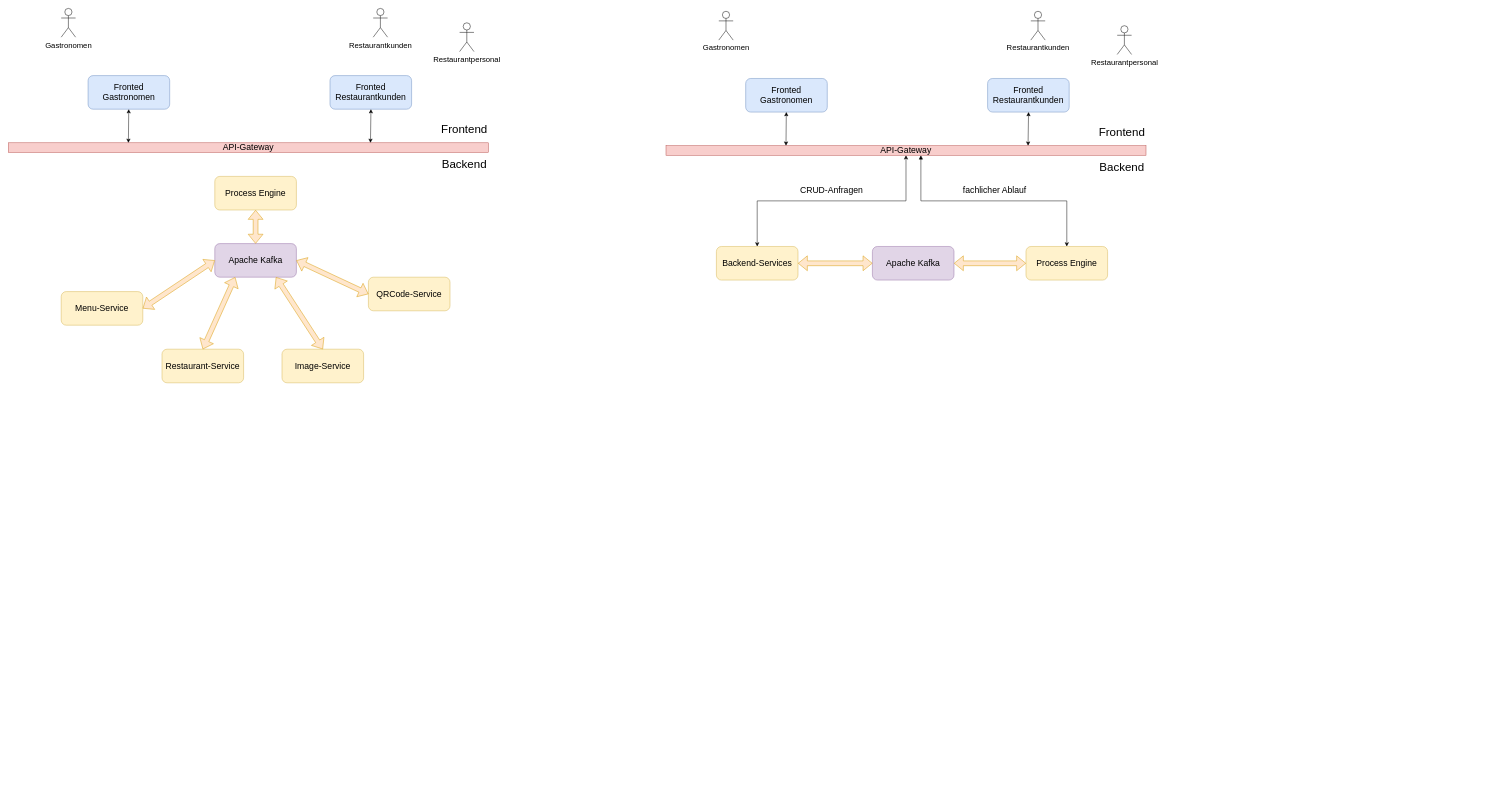
Above: ArchitekturQastro.drawio in andi20002000/draw (draw.io), before the change. Source tidied: cells renumbered, new cells numbered last; positions are measured from the earlier drawing's top-left corner, leaving out a move shared by most shapes. Both pictures are drawn from the tidied source at 48%, with x=0, y=0 at pixel (8, 8). Pictures stored in the file or linked from it are replaced by grey dashed boxes.
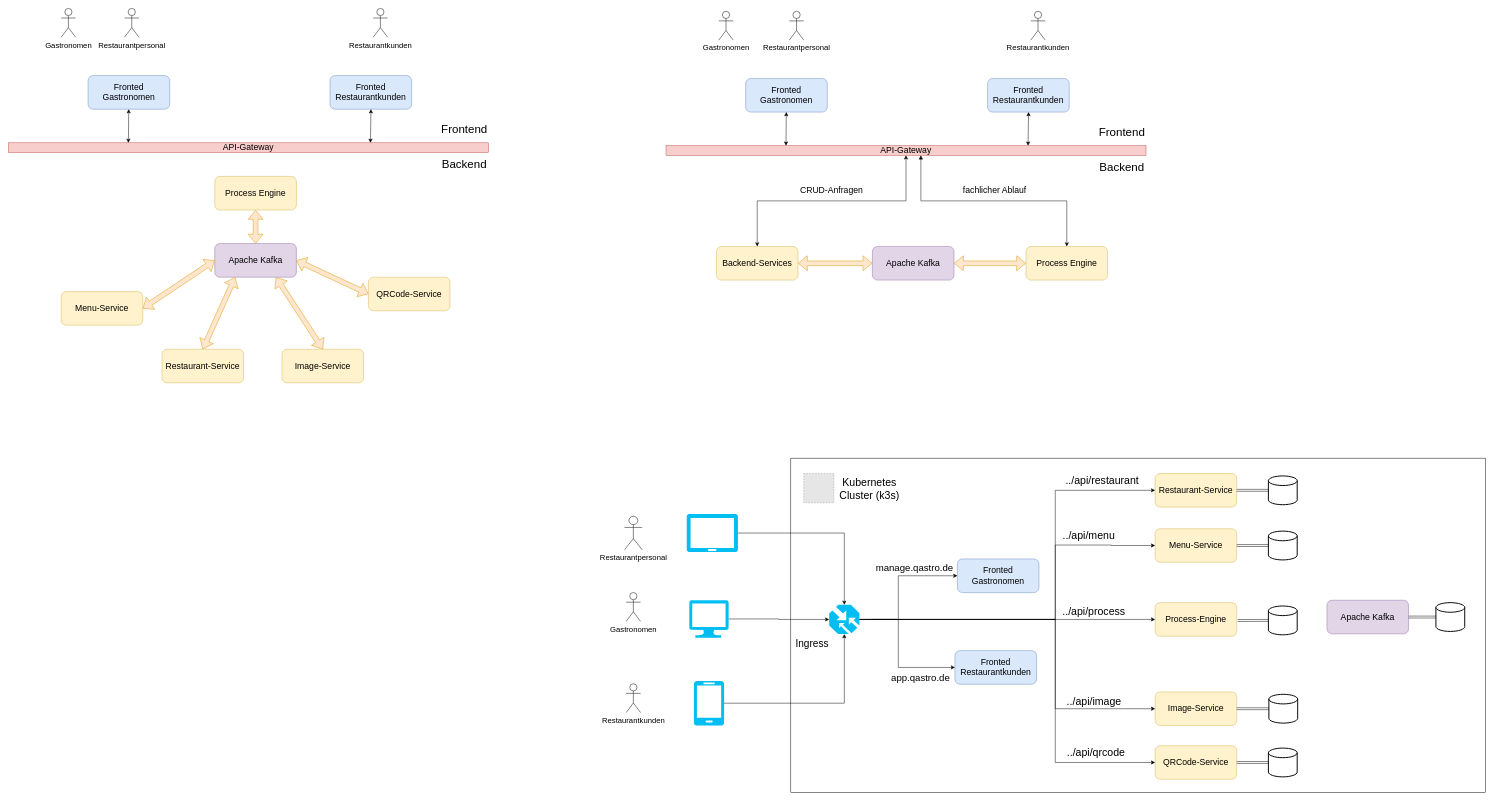
After the change.

What changed in the source:
```diff
@@
+    <mxCell id="42" style="rounded=0;whiteSpace=wrap;html=1;fillColor=none;" parent="1" vertex="1">
+      <mxGeometry x="1630" y="937" width="1447" height="696" as="geometry" />
+    </mxCell>
@@
     <mxCell id="13" value="&lt;font style=&quot;font-size: 16px;&quot;&gt;Restaurantpersonal&lt;/font&gt;" style="shape=umlActor;verticalLabelPosition=bottom;verticalAlign=top;html=1;" parent="1" vertex="1">
-      <mxGeometry x="940" y="30" width="30" height="60" as="geometry" />
+      <mxGeometry x="242" width="30" height="60" as="geometry" />
     </mxCell>
@@
     <mxCell id="33" value="&lt;font style=&quot;font-size: 16px;&quot;&gt;Restaurantpersonal&lt;/font&gt;" style="shape=umlActor;verticalLabelPosition=bottom;verticalAlign=top;html=1;" parent="1" vertex="1">
-      <mxGeometry x="2310" y="36" width="30" height="60" as="geometry" />
+      <mxGeometry x="1627" y="6" width="30" height="60" as="geometry" />
     </mxCell>
@@
+    <mxCell id="43" value="&lt;font style=&quot;font-size: 18px;&quot;&gt;Fronted&lt;br&gt;Gastronomen&lt;/font&gt;" style="rounded=1;whiteSpace=wrap;html=1;fillColor=#dae8fc;strokeColor=#6c8ebf;" parent="1" vertex="1">
+      <mxGeometry x="1977" y="1147" width="170" height="70" as="geometry" />
+    </mxCell>
+    <mxCell id="44" value="&lt;div&gt;&lt;font style=&quot;font-size: 16px;&quot;&gt;Gastronomen&lt;/font&gt;&lt;/div&gt;&lt;div&gt;&lt;br&gt;&lt;/div&gt;" style="shape=umlActor;verticalLabelPosition=bottom;verticalAlign=top;html=1;" parent="1" vertex="1">
+      <mxGeometry x="1287" y="1217" width="30" height="60" as="geometry" />
+    </mxCell>
+    <mxCell id="45" value="&lt;span style=&quot;font-size: 18px;&quot;&gt;Restaurant-Service&lt;/span&gt;" style="rounded=1;whiteSpace=wrap;html=1;fillColor=#fff2cc;strokeColor=#d6b656;" parent="1" vertex="1">
+      <mxGeometry x="2389" y="969" width="170" height="70" as="geometry" />
+    </mxCell>
+    <mxCell id="46" value="&lt;span style=&quot;font-size: 18px;&quot;&gt;Menu-Service&lt;/span&gt;" style="rounded=1;whiteSpace=wrap;html=1;fillColor=#fff2cc;strokeColor=#d6b656;" parent="1" vertex="1">
+      <mxGeometry x="2389" y="1084" width="170" height="70" as="geometry" />
+    </mxCell>
+    <mxCell id="47" value="&lt;span style=&quot;font-size: 18px;&quot;&gt;Image-Service&lt;/span&gt;" style="rounded=1;whiteSpace=wrap;html=1;fillColor=#fff2cc;strokeColor=#d6b656;" parent="1" vertex="1">
+      <mxGeometry x="2389" y="1424" width="170" height="70" as="geometry" />
+    </mxCell>
+    <mxCell id="48" value="&lt;span style=&quot;font-size: 18px;&quot;&gt;QRCode-Service&lt;/span&gt;" style="rounded=1;whiteSpace=wrap;html=1;fillColor=#fff2cc;strokeColor=#d6b656;" parent="1" vertex="1">
+      <mxGeometry x="2389" y="1536" width="170" height="70" as="geometry" />
+    </mxCell>
+    <mxCell id="49" value="&lt;font style=&quot;font-size: 18px;&quot;&gt;Fronted&lt;br&gt;Restaurantkunden&lt;/font&gt;" style="rounded=1;whiteSpace=wrap;html=1;fillColor=#dae8fc;strokeColor=#6c8ebf;" parent="1" vertex="1">
+      <mxGeometry x="1972" y="1338" width="170" height="70" as="geometry" />
+    </mxCell>
+    <mxCell id="50" value="&lt;div&gt;&lt;font style=&quot;font-size: 16px;&quot;&gt;Restaurantkunden&lt;/font&gt;&lt;/div&gt;" style="shape=umlActor;verticalLabelPosition=bottom;verticalAlign=top;html=1;" parent="1" vertex="1">
+      <mxGeometry x="1287" y="1407" width="30" height="60" as="geometry" />
+    </mxCell>
+    <mxCell id="51" value="&lt;font style=&quot;font-size: 16px;&quot;&gt;Restaurantpersonal&lt;/font&gt;" style="shape=umlActor;verticalLabelPosition=bottom;verticalAlign=top;html=1;" parent="1" vertex="1">
+      <mxGeometry x="1283.5" y="1058" width="37" height="70" as="geometry" />
+    </mxCell>
+    <mxCell id="52" value="&lt;font style=&quot;font-size: 22px;&quot;&gt;Kubernetes Cluster (k3s)&lt;/font&gt;" style="text;html=1;align=center;verticalAlign=middle;whiteSpace=wrap;rounded=0;" parent="1" vertex="1">
+      <mxGeometry x="1710" y="972" width="168" height="58" as="geometry" />
+    </mxCell>
+    <mxCell id="53" style="fillColor=#E6E6E6;strokeColor=#999999;dashed=1;verticalLabelPosition=bottom;labelBackgroundColor=default;verticalAlign=top;" parent="1" vertex="1">
+      <mxGeometry x="1657" y="969" width="62.8" height="61" as="geometry" />
+    </mxCell>
+    <mxCell id="54" style="verticalLabelPosition=bottom;html=1;verticalAlign=top;align=center;strokeColor=none;fillColor=#00BEF2;shape=mxgraph.azure.mobile;" parent="1" vertex="1">
+      <mxGeometry x="1428" y="1401" width="63" height="93" as="geometry" />
+    </mxCell>
+    <mxCell id="55" style="verticalLabelPosition=bottom;html=1;verticalAlign=top;align=center;strokeColor=none;fillColor=#00BEF2;shape=mxgraph.azure.tablet;" parent="1" vertex="1">
+      <mxGeometry x="1413" y="1053.5" width="107" height="79" as="geometry" />
+    </mxCell>
+    <mxCell id="56" style="verticalLabelPosition=bottom;html=1;verticalAlign=top;align=center;strokeColor=none;fillColor=#00BEF2;shape=mxgraph.azure.computer;" parent="1" vertex="1">
+      <mxGeometry x="1418.5" y="1233" width="82" height="78" as="geometry" />
+    </mxCell>
+    <mxCell id="57" value="&lt;span style=&quot;font-size: 18px;&quot;&gt;Process-Engine&lt;/span&gt;" style="rounded=1;whiteSpace=wrap;html=1;fillColor=#fff2cc;strokeColor=#d6b656;" parent="1" vertex="1">
+      <mxGeometry x="2389" y="1238" width="170" height="70" as="geometry" />
+    </mxCell>
+    <mxCell id="58" style="edgeStyle=orthogonalEdgeStyle;rounded=0;jettySize=auto;html=1;entryX=0;entryY=0.5;entryDx=0;entryDy=0;" parent="1" edge="1" source="65" target="43">
+      <mxGeometry relative="1" as="geometry">
+        <Array as="points">
+          <mxPoint x="1854" y="1273" />
+          <mxPoint x="1854" y="1182" />
+        </Array>
+      </mxGeometry>
+    </mxCell>
+    <mxCell id="59" style="edgeStyle=orthogonalEdgeStyle;rounded=0;jettySize=auto;html=1;entryX=0;entryY=0.5;entryDx=0;entryDy=0;" parent="1" edge="1" target="49">
+      <mxGeometry relative="1" as="geometry">
+        <mxPoint x="1771" y="1273" as="sourcePoint" />
+        <Array as="points">
+          <mxPoint x="1854" y="1273" />
+          <mxPoint x="1854" y="1373" />
+        </Array>
+      </mxGeometry>
+    </mxCell>
+    <mxCell id="60" style="edgeStyle=orthogonalEdgeStyle;rounded=0;jettySize=auto;html=1;entryX=0;entryY=0.5;entryDx=0;entryDy=0;" parent="1" edge="1" source="65" target="57">
+      <mxGeometry relative="1" as="geometry" />
+    </mxCell>
+    <mxCell id="61" style="edgeStyle=orthogonalEdgeStyle;rounded=0;jettySize=auto;html=1;entryX=0;entryY=0.5;entryDx=0;entryDy=0;" parent="1" edge="1" source="65" target="45">
+      <mxGeometry relative="1" as="geometry">
+        <Array as="points">
+          <mxPoint x="2181" y="1273" />
+          <mxPoint x="2181" y="1004" />
+        </Array>
+      </mxGeometry>
+    </mxCell>
+    <mxCell id="62" style="edgeStyle=orthogonalEdgeStyle;rounded=0;jettySize=auto;html=1;entryX=0;entryY=0.5;entryDx=0;entryDy=0;" parent="1" edge="1" source="65" target="47">
+      <mxGeometry relative="1" as="geometry">
+        <Array as="points">
+          <mxPoint x="2181" y="1273" />
+          <mxPoint x="2181" y="1459" />
+        </Array>
+      </mxGeometry>
+    </mxCell>
+    <mxCell id="63" style="edgeStyle=orthogonalEdgeStyle;rounded=0;jettySize=auto;html=1;entryX=0;entryY=0.5;entryDx=0;entryDy=0;" parent="1" edge="1" target="48">
+      <mxGeometry relative="1" as="geometry">
+        <mxPoint x="1797" y="1273" as="sourcePoint" />
+        <Array as="points">
+          <mxPoint x="2181" y="1273" />
+          <mxPoint x="2181" y="1571" />
+        </Array>
+      </mxGeometry>
+    </mxCell>
+    <mxCell id="64" style="edgeStyle=orthogonalEdgeStyle;rounded=0;jettySize=auto;html=1;entryX=0;entryY=0.5;entryDx=0;entryDy=0;" parent="1" edge="1" target="46">
+      <mxGeometry relative="1" as="geometry">
+        <mxPoint x="1799" y="1273" as="sourcePoint" />
+        <Array as="points">
+          <mxPoint x="2181" y="1273" />
+          <mxPoint x="2181" y="1118" />
+          <mxPoint x="2298" y="1118" />
+        </Array>
+      </mxGeometry>
+    </mxCell>
+    <mxCell id="65" value="&lt;font style=&quot;font-size: 21px;&quot;&gt;Ingress&lt;/font&gt;" style="verticalLabelPosition=bottom;html=1;verticalAlign=top;align=right;strokeColor=none;fillColor=#00BEF2;shape=mxgraph.azure.traffic_manager;labelPosition=left;horizontal=1;" parent="1" vertex="1">
+      <mxGeometry x="1710" y="1242.5" width="63" height="61" as="geometry" />
+    </mxCell>
+    <mxCell id="66" style="edgeStyle=orthogonalEdgeStyle;rounded=0;jettySize=auto;html=1;entryX=0.5;entryY=0;entryDx=0;entryDy=0;entryPerimeter=0;" parent="1" edge="1" source="55" target="65">
+      <mxGeometry relative="1" as="geometry" />
+    </mxCell>
+    <mxCell id="67" style="edgeStyle=orthogonalEdgeStyle;rounded=0;jettySize=auto;html=1;entryX=0;entryY=0.5;entryDx=0;entryDy=0;entryPerimeter=0;" parent="1" edge="1" source="56" target="65">
+      <mxGeometry relative="1" as="geometry" />
+    </mxCell>
+    <mxCell id="68" style="edgeStyle=orthogonalEdgeStyle;rounded=0;jettySize=auto;html=1;entryX=0.5;entryY=1;entryDx=0;entryDy=0;entryPerimeter=0;" parent="1" edge="1" source="54" target="65">
+      <mxGeometry relative="1" as="geometry" />
+    </mxCell>
+    <mxCell id="69" style="strokeWidth=2;html=1;shape=mxgraph.flowchart.database;whiteSpace=wrap;" parent="1" vertex="1">
+      <mxGeometry x="2625" y="974" width="60" height="60" as="geometry" />
+    </mxCell>
+    <mxCell id="70" style="strokeWidth=2;html=1;shape=mxgraph.flowchart.database;whiteSpace=wrap;" parent="1" vertex="1">
+      <mxGeometry x="2625" y="1089" width="60" height="60" as="geometry" />
+    </mxCell>
+    <mxCell id="71" style="strokeWidth=2;html=1;shape=mxgraph.flowchart.database;whiteSpace=wrap;" parent="1" vertex="1">
+      <mxGeometry x="2625" y="1245" width="60" height="60" as="geometry" />
+    </mxCell>
+    <mxCell id="72" style="strokeWidth=2;html=1;shape=mxgraph.flowchart.database;whiteSpace=wrap;" parent="1" vertex="1">
+      <mxGeometry x="2626" y="1429" width="60" height="60" as="geometry" />
+    </mxCell>
+    <mxCell id="73" style="strokeWidth=2;html=1;shape=mxgraph.flowchart.database;whiteSpace=wrap;" parent="1" vertex="1">
+      <mxGeometry x="2625" y="1541" width="60" height="60" as="geometry" />
+    </mxCell>
+    <mxCell id="74" style="shape=link;html=1;rounded=0;entryX=0;entryY=0.5;entryDx=0;entryDy=0;entryPerimeter=0;exitX=1;exitY=0.5;exitDx=0;exitDy=0;" parent="1" edge="1" source="45" target="69">
+      <mxGeometry relative="1" as="geometry" />
+    </mxCell>
+    <mxCell id="75" style="shape=link;html=1;rounded=0;entryX=0;entryY=0.5;entryDx=0;entryDy=0;entryPerimeter=0;exitX=1;exitY=0.5;exitDx=0;exitDy=0;" parent="1" edge="1" source="46" target="70">
+      <mxGeometry relative="1" as="geometry" />
+    </mxCell>
+    <mxCell id="76" style="shape=link;html=1;rounded=0;entryX=0;entryY=0.5;entryDx=0;entryDy=0;entryPerimeter=0;exitX=1;exitY=0.5;exitDx=0;exitDy=0;" parent="1" edge="1" target="71">
+      <mxGeometry relative="1" as="geometry">
+        <mxPoint x="2561" y="1275.2" as="sourcePoint" />
+      </mxGeometry>
+    </mxCell>
+    <mxCell id="77" style="shape=link;html=1;rounded=0;entryX=0;entryY=0.5;entryDx=0;entryDy=0;entryPerimeter=0;exitX=1;exitY=0.5;exitDx=0;exitDy=0;" parent="1" edge="1" source="47" target="72">
+      <mxGeometry relative="1" as="geometry" />
+    </mxCell>
+    <mxCell id="78" style="shape=link;html=1;rounded=0;entryX=0;entryY=0.5;entryDx=0;entryDy=0;entryPerimeter=0;exitX=1;exitY=0.5;exitDx=0;exitDy=0;" parent="1" edge="1" source="48" target="73">
+      <mxGeometry relative="1" as="geometry" />
+    </mxCell>
+    <mxCell id="79" value="&lt;font style=&quot;font-size: 20px;&quot;&gt;manage.qastro.de&lt;/font&gt;" style="text;html=1;align=center;verticalAlign=middle;whiteSpace=wrap;rounded=0;" parent="1" vertex="1">
+      <mxGeometry x="1800" y="1149" width="176" height="30" as="geometry" />
+    </mxCell>
+    <mxCell id="80" value="&lt;font style=&quot;font-size: 20px;&quot;&gt;app.qastro.de&lt;/font&gt;" style="text;html=1;align=center;verticalAlign=middle;whiteSpace=wrap;rounded=0;" parent="1" vertex="1">
+      <mxGeometry x="1829" y="1378" width="143" height="30" as="geometry" />
+    </mxCell>
+    <mxCell id="81" value="&lt;font style=&quot;font-size: 22px;&quot;&gt;../api/restaurant&lt;/font&gt;" style="text;html=1;align=center;verticalAlign=middle;whiteSpace=wrap;rounded=0;" parent="1" vertex="1">
+      <mxGeometry x="2160" y="969" width="238" height="30" as="geometry" />
+    </mxCell>
+    <mxCell id="82" value="&lt;font style=&quot;font-size: 22px;&quot;&gt;../api/menu&lt;/font&gt;" style="text;html=1;align=center;verticalAlign=middle;whiteSpace=wrap;rounded=0;" parent="1" vertex="1">
+      <mxGeometry x="2132" y="1084" width="238" height="30" as="geometry" />
+    </mxCell>
+    <mxCell id="83" value="&lt;font style=&quot;font-size: 22px;&quot;&gt;../api/process&lt;/font&gt;" style="text;html=1;align=center;verticalAlign=middle;whiteSpace=wrap;rounded=0;" parent="1" vertex="1">
+      <mxGeometry x="2147" y="1242.5" width="229" height="30" as="geometry" />
+    </mxCell>
+    <mxCell id="84" value="&lt;font style=&quot;font-size: 22px;&quot;&gt;../api/image&lt;/font&gt;" style="text;html=1;align=center;verticalAlign=middle;whiteSpace=wrap;rounded=0;" parent="1" vertex="1">
+      <mxGeometry x="2142.5" y="1429" width="238" height="30" as="geometry" />
+    </mxCell>
+    <mxCell id="85" value="&lt;font style=&quot;font-size: 22px;&quot;&gt;../api/qrcode&lt;/font&gt;" style="text;html=1;align=center;verticalAlign=middle;whiteSpace=wrap;rounded=0;" parent="1" vertex="1">
+      <mxGeometry x="2147" y="1536" width="238" height="30" as="geometry" />
+    </mxCell>
+    <mxCell id="86" value="&lt;span style=&quot;font-size: 18px;&quot;&gt;Apache Kafka&lt;/span&gt;" style="rounded=1;whiteSpace=wrap;html=1;fillColor=#e1d5e7;strokeColor=#9673a6;" parent="1" vertex="1">
+      <mxGeometry x="2747" y="1233" width="170" height="70" as="geometry" />
+    </mxCell>
+    <mxCell id="87" style="strokeWidth=2;html=1;shape=mxgraph.flowchart.database;whiteSpace=wrap;" parent="1" vertex="1">
+      <mxGeometry x="2974" y="1238" width="60" height="60" as="geometry" />
+    </mxCell>
+    <mxCell id="88" style="shape=link;html=1;rounded=0;entryX=0;entryY=0.5;entryDx=0;entryDy=0;entryPerimeter=0;exitX=1;exitY=0.5;exitDx=0;exitDy=0;" parent="1" edge="1" source="86" target="87">
+      <mxGeometry relative="1" as="geometry" />
+    </mxCell>
```
